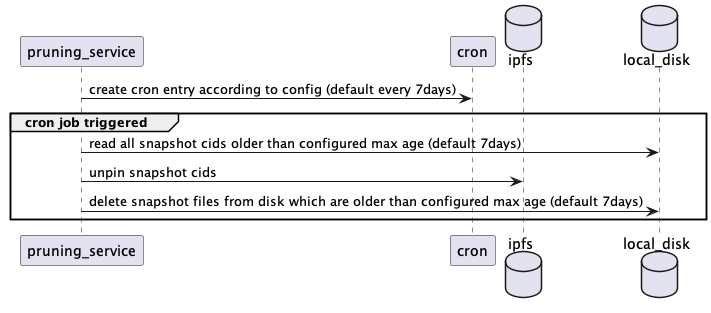
Above: docs/images/pruning_service.png in PowerLoom/audit-protocol (PlantUML), before the change. The source it was exported from:
```plantuml
@startuml "pruning_service"

participant "pruning_service" as ps
participant cron
database ipfs
database local_disk

ps -> cron: create cron entry according to config (default every 7days)

group cron job triggered
    ps -> local_disk: read all snapshot cids older than configured max age (default 7days)

    ps -> ipfs: unpin snapshot cids

    ps -> local_disk: delete snapshot files from disk which are older than configured max age (default 7days)
end

@enduml
```
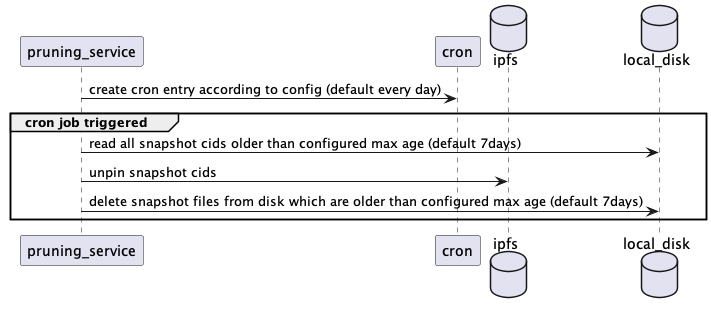
The same file after the commit.

Diff of the diagram source:
```diff
@@ -5,7 +5,7 @@
 database ipfs
 database local_disk
 
-ps -> cron: create cron entry according to config (default every 7days)
+ps -> cron: create cron entry according to config (default every day)
 
 group cron job triggered
     ps -> local_disk: read all snapshot cids older than configured max age (default 7days)
```
